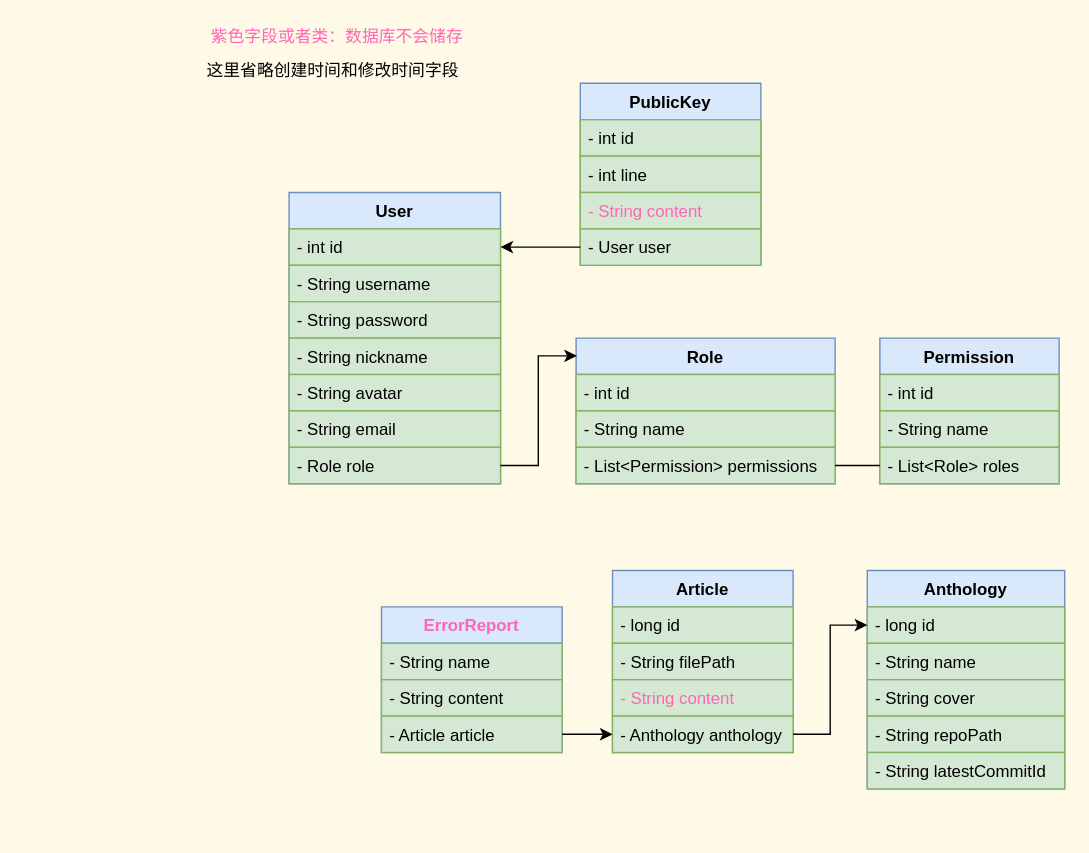
swsk33/git-document keeps this draw.io diagram as page "类图" (1 of 2) of server-springboot/后端类图.dio. Above is the earlier version. Source tidied: cells renumbered, new cells numbered last; positions are measured from the earlier drawing's top-left corner, leaving out a move shared by most shapes. Both pictures are drawn from the tidied source at 140%, with x=0, y=0 at pixel (199, 24).
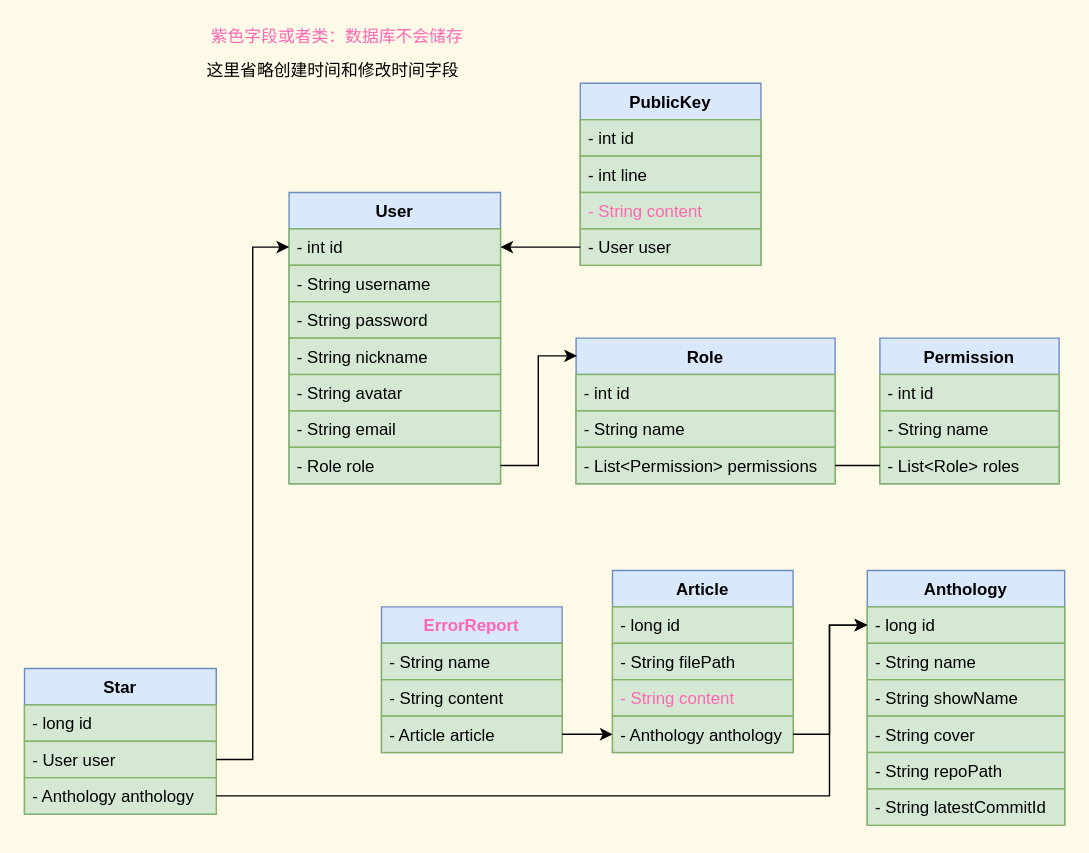
The same diagram, later.

Unchanged cells that the change refers to:
```xml
<mxCell id="3" value="- int id" style="text;strokeColor=#82b366;fillColor=#d5e8d4;align=left;verticalAlign=top;spacingLeft=4;spacingRight=4;overflow=hidden;points=[[0,0.5],[1,0.5]];portConstraint=eastwest;" parent="2" vertex="1">
  <mxGeometry y="26" width="151" height="26" as="geometry" />
</mxCell>
<mxCell id="24" value="- Anthology anthology" style="text;strokeColor=#82b366;fillColor=#d5e8d4;align=left;verticalAlign=top;spacingLeft=4;spacingRight=4;overflow=hidden;points=[[0,0.5],[1,0.5]];portConstraint=eastwest;" parent="20" vertex="1">
  <mxGeometry y="104" width="129" height="26" as="geometry" />
</mxCell>
<mxCell id="26" value="- long id" style="text;strokeColor=#82b366;fillColor=#d5e8d4;align=left;verticalAlign=top;spacingLeft=4;spacingRight=4;overflow=hidden;points=[[0,0.5],[1,0.5]];portConstraint=eastwest;" parent="25" vertex="1">
  <mxGeometry y="26" width="141" height="26" as="geometry" />
</mxCell>
```

The edit, as a diff of the source:
```diff
@@
     <mxCell id="25" value="Anthology" style="swimlane;fontStyle=1;align=center;verticalAlign=top;horizontal=1;startSize=26;fillColor=#dae8fc;strokeColor=#6c8ebf;" parent="1" vertex="1">
-      <mxGeometry x="477" y="390" width="141" height="156" as="geometry" />
+      <mxGeometry x="477" y="390" width="141" height="182" as="geometry" />
     </mxCell>
@@
+    <mxCell id="45" value="- String showName" style="text;strokeColor=#82b366;fillColor=#d5e8d4;align=left;verticalAlign=top;spacingLeft=4;spacingRight=4;overflow=hidden;" parent="25" vertex="1">
+      <mxGeometry y="78" width="141" height="26" as="geometry" />
+    </mxCell>
     <mxCell id="28" value="- String cover" style="text;strokeColor=#82b366;fillColor=#d5e8d4;align=left;verticalAlign=top;spacingLeft=4;spacingRight=4;overflow=hidden;" parent="25" vertex="1">
-      <mxGeometry y="78" width="141" height="26" as="geometry" />
+      <mxGeometry y="104" width="141" height="26" as="geometry" />
     </mxCell>
     <mxCell id="29" value="- String repoPath" style="text;strokeColor=#82b366;fillColor=#d5e8d4;align=left;verticalAlign=top;spacingLeft=4;spacingRight=4;overflow=hidden;" parent="25" vertex="1">
-      <mxGeometry y="104" width="141" height="26" as="geometry" />
+      <mxGeometry y="130" width="141" height="26" as="geometry" />
     </mxCell>
     <mxCell id="30" value="- String latestCommitId" style="text;strokeColor=#82b366;fillColor=#d5e8d4;align=left;verticalAlign=top;spacingLeft=4;spacingRight=4;overflow=hidden;" parent="25" vertex="1">
-      <mxGeometry y="130" width="141" height="26" as="geometry" />
+      <mxGeometry y="156" width="141" height="26" as="geometry" />
     </mxCell>
     <mxCell id="31" style="edgeStyle=orthogonalEdgeStyle;rounded=0;jettySize=auto;html=1;exitX=1;exitY=0.5;exitDx=0;exitDy=0;entryX=0;entryY=0.5;entryDx=0;entryDy=0;endArrow=classic;endFill=1;" parent="1" edge="1" source="24" target="26">
-      <mxGeometry relative="1" as="geometry" />
+      <mxGeometry relative="1" as="geometry">
+        <Array as="points">
+          <mxPoint x="450" y="507" />
+          <mxPoint x="450" y="429" />
+        </Array>
+      </mxGeometry>
     </mxCell>
@@
+    <mxCell id="46" value="Star" style="swimlane;fontStyle=1;align=center;verticalAlign=top;horizontal=1;startSize=26;fillColor=#dae8fc;strokeColor=#6c8ebf;" parent="1" vertex="1">
+      <mxGeometry x="-125" y="460" width="137" height="104" as="geometry" />
+    </mxCell>
+    <mxCell id="47" value="- long id" style="text;strokeColor=#82b366;fillColor=#d5e8d4;align=left;verticalAlign=top;spacingLeft=4;spacingRight=4;overflow=hidden;" parent="46" vertex="1">
+      <mxGeometry y="26" width="137" height="26" as="geometry" />
+    </mxCell>
+    <mxCell id="48" value="- User user" style="text;strokeColor=#82b366;fillColor=#d5e8d4;align=left;verticalAlign=top;spacingLeft=4;spacingRight=4;overflow=hidden;points=[[0,0.5],[1,0.5]];portConstraint=eastwest;" parent="46" vertex="1">
+      <mxGeometry y="52" width="137" height="26" as="geometry" />
+    </mxCell>
+    <mxCell id="49" value="- Anthology anthology" style="text;strokeColor=#82b366;fillColor=#d5e8d4;align=left;verticalAlign=top;spacingLeft=4;spacingRight=4;overflow=hidden;points=[[0,0.5],[1,0.5]];portConstraint=eastwest;" parent="46" vertex="1">
+      <mxGeometry y="78" width="137" height="26" as="geometry" />
+    </mxCell>
+    <mxCell id="50" style="edgeStyle=orthogonalEdgeStyle;rounded=0;jettySize=auto;html=1;exitX=1;exitY=0.5;exitDx=0;exitDy=0;entryX=0;entryY=0.5;entryDx=0;entryDy=0;" parent="1" edge="1" source="48" target="3">
+      <mxGeometry relative="1" as="geometry" />
+    </mxCell>
+    <mxCell id="51" style="edgeStyle=orthogonalEdgeStyle;rounded=0;jettySize=auto;html=1;exitX=1;exitY=0.5;exitDx=0;exitDy=0;entryX=0;entryY=0.5;entryDx=0;entryDy=0;" parent="1" edge="1" source="49" target="26">
+      <mxGeometry relative="1" as="geometry">
+        <Array as="points">
+          <mxPoint x="450" y="551" />
+          <mxPoint x="450" y="429" />
+        </Array>
+      </mxGeometry>
+    </mxCell>
```
